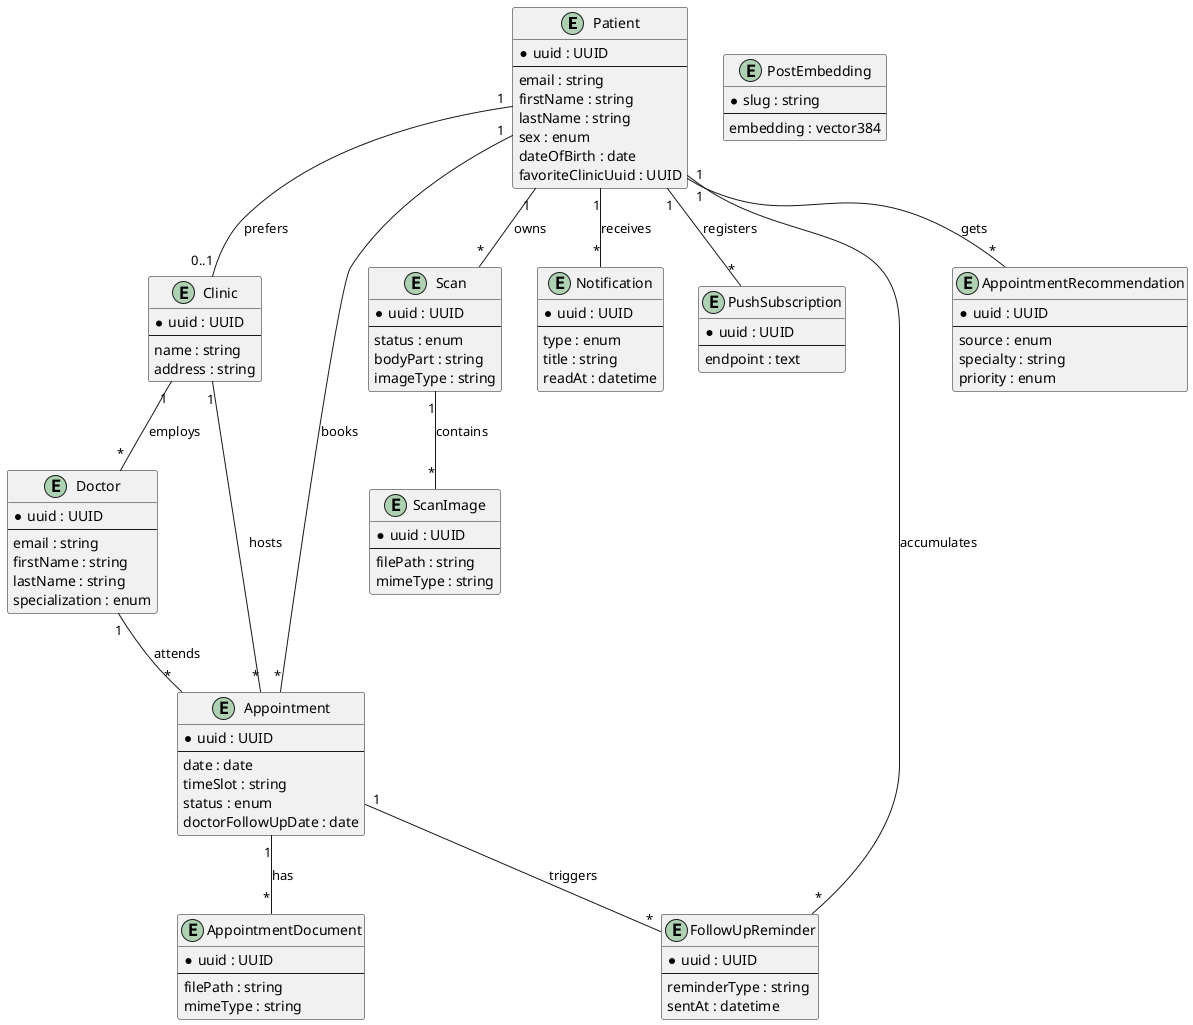
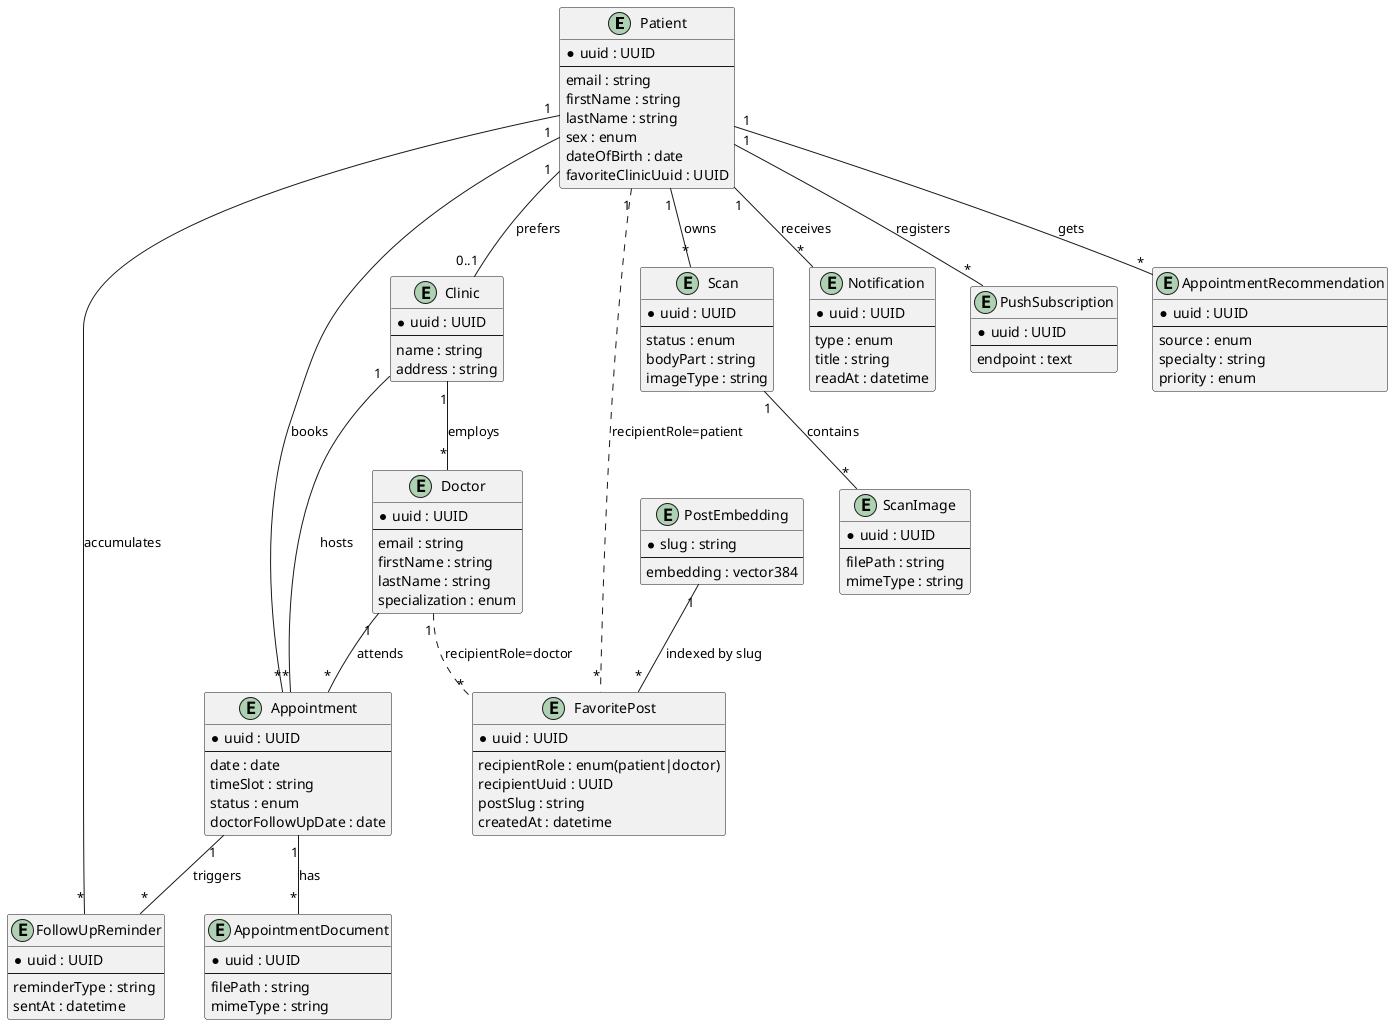
@startuml
hide methods
hide stereotypes

entity Patient {
  * uuid : UUID
  --
  email : string
  firstName : string
  lastName : string
  sex : enum
  dateOfBirth : date
  favoriteClinicUuid : UUID
}

entity Doctor {
  * uuid : UUID
  --
  email : string
  firstName : string
  lastName : string
  specialization : enum
}

entity Clinic {
  * uuid : UUID
  --
  name : string
  address : string
}

entity Appointment {
  * uuid : UUID
  --
  date : date
  timeSlot : string
  status : enum
  doctorFollowUpDate : date
}

entity AppointmentDocument {
  * uuid : UUID
  --
  filePath : string
  mimeType : string
}

entity Scan {
  * uuid : UUID
  --
  status : enum
  bodyPart : string
  imageType : string
}

entity ScanImage {
  * uuid : UUID
  --
  filePath : string
  mimeType : string
}

entity Notification {
  * uuid : UUID
  --
  type : enum
  title : string
  readAt : datetime
}

entity PushSubscription {
  * uuid : UUID
  --
  endpoint : text
}

entity FollowUpReminder {
  * uuid : UUID
  --
  reminderType : string
  sentAt : datetime
}

entity AppointmentRecommendation {
  * uuid : UUID
  --
  source : enum
  specialty : string
  priority : enum
}

entity PostEmbedding {
  * slug : string
  --
  embedding : vector384
}

+ entity FavoritePost {
+   * uuid : UUID
+   --
+   recipientRole : enum(patient|doctor)
+   recipientUuid : UUID
+   postSlug : string
+   createdAt : datetime
+ }
+ 
Clinic "1" -- "*" Doctor : employs
Clinic "1" -- "*" Appointment : hosts
Patient "1" -- "0..1" Clinic : prefers
Patient "1" -- "*" Appointment : books
Doctor "1" -- "*" Appointment : attends
Appointment "1" -- "*" AppointmentDocument : has
Patient "1" -- "*" Scan : owns
Scan "1" -- "*" ScanImage : contains
Patient "1" -- "*" Notification : receives
Patient "1" -- "*" PushSubscription : registers
Patient "1" -- "*" FollowUpReminder : accumulates
Appointment "1" -- "*" FollowUpReminder : triggers
Patient "1" -- "*" AppointmentRecommendation : gets
+ PostEmbedding "1" -- "*" FavoritePost : indexed by slug
+ Patient "1" .. "*" FavoritePost : recipientRole=patient
+ Doctor "1" .. "*" FavoritePost : recipientRole=doctor

@enduml